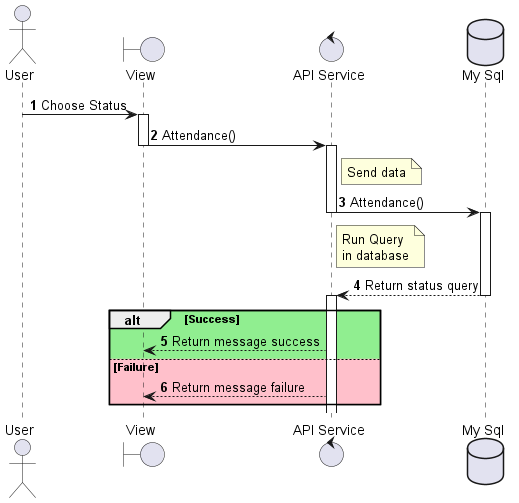
Fitranda/Diagram keeps this PlantUML diagram as out/sequenceDiagram_Attendance/sequenceDiagram_Attendance.png. Above is the earlier version.
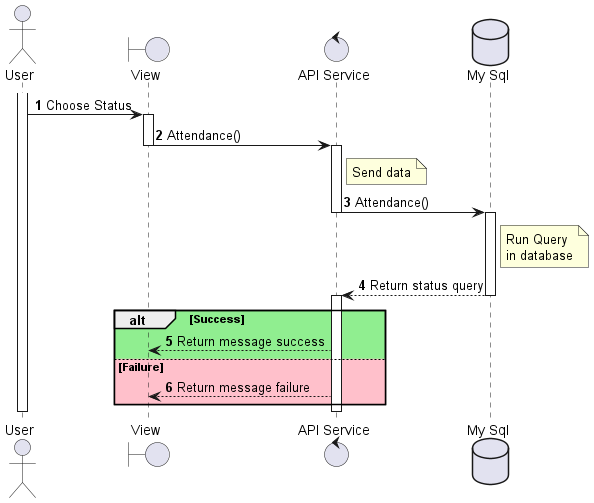
Later version of the same file.

Change to the diagram source:
```diff
@@ -5,15 +5,25 @@
 database "My Sql" as DB
 
 autonumber
-User -> View --++ : Choose Status
-View -> APIService --++ : Attendance()
+activate User
+User -> View : Choose Status
+activate View
+View -> APIService : Attendance()
+deactivate View
+activate APIService
 note right of APIService: Send data
-APIService -> DB --++ : Attendance()
-note right of APIService: Run Query\nin database
-DB --> APIService --++ : Return status query
-alt #LightGreen  Success
-    APIService --> View  : Return message success
+APIService -> DB : Attendance()
+deactivate APIService
+activate DB
+note right of DB: Run Query\nin database
+DB --> APIService : Return status query
+deactivate DB
+activate APIService
+alt #LightGreen Success
+    APIService --> View : Return message success
 else #Pink Failure
-    APIService --> View  : Return message failure
+    APIService --> View : Return message failure
 end
+deactivate APIService
+deactivate User
 @enduml
```
